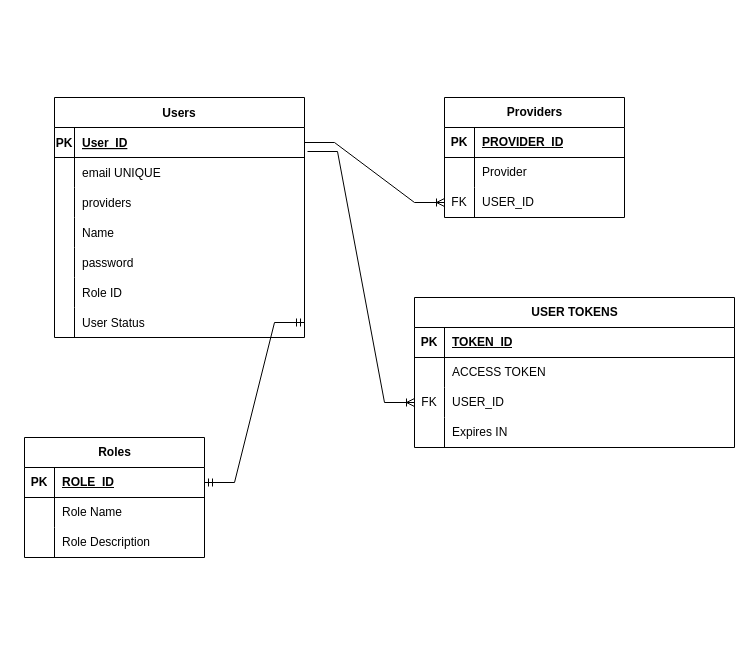
Above: xplorishy_user_mgmt.drawio in ryada36/my-solutions-diagram (draw.io), before the change. Source tidied: cells renumbered, new cells numbered last; positions are measured from the earlier drawing's top-left corner, leaving out a move shared by most shapes. Both pictures are drawn from the tidied source at 100%, with x=0, y=0 at pixel (24, 97).
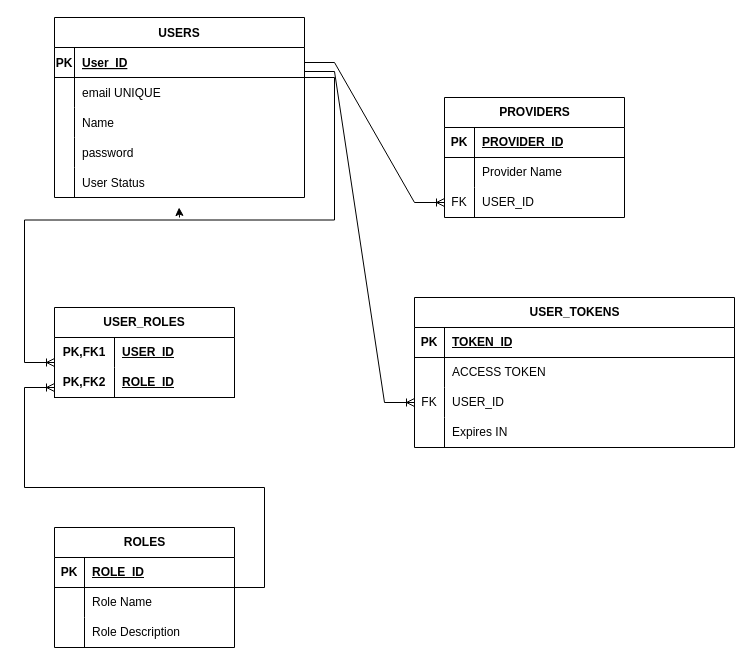
The same diagram, later.

Unchanged cells that the change refers to:
```xml
<mxCell id="3" style="shape=partialRectangle;fillColor=none;points=[[0,0.5],[1,0.5]];portConstraint=eastwest;top=0;left=0;right=0;bottom=1;" parent="2" vertex="1">
  <mxGeometry y="30" width="250" height="30" as="geometry" />
</mxCell>
<mxCell id="25" style="shape=tableRow;horizontal=0;startSize=0;swimlaneHead=0;swimlaneBody=0;fillColor=none;points=[[0,0.5],[1,0.5]];portConstraint=eastwest;top=0;left=0;right=0;bottom=1;" parent="24" vertex="1">
  <mxGeometry y="30" width="180" height="30" as="geometry" />
</mxCell>
<mxCell id="38" style="shape=tableRow;horizontal=0;startSize=0;swimlaneHead=0;swimlaneBody=0;fillColor=none;top=0;left=0;right=0;bottom=0;" parent="34" vertex="1">
  <mxGeometry y="60" width="180" height="30" as="geometry" />
</mxCell>
<mxCell id="53" style="shape=tableRow;horizontal=0;startSize=0;swimlaneHead=0;swimlaneBody=0;fillColor=none;points=[[0,0.5],[1,0.5]];portConstraint=eastwest;top=0;left=0;right=0;bottom=0;" parent="46" vertex="1">
  <mxGeometry y="90" width="320" height="30" as="geometry" />
</mxCell>
```

What changed in the source:
```diff
@@
+    <mxCell id="60" style="edgeStyle=orthogonalEdgeStyle;rounded=0;orthogonalLoop=1;jettySize=auto;html=1;" parent="1" edge="1">
+      <mxGeometry relative="1" as="geometry">
+        <mxPoint x="155" y="120" as="sourcePoint" />
+        <mxPoint x="154.6" y="110" as="targetPoint" />
+      </mxGeometry>
+    </mxCell>
-    <mxCell id="2" value="Users" style="shape=table;startSize=30;childLayout=tableLayout;rowLines=0;fontStyle=1;align=center;" parent="1" vertex="1">
-      <mxGeometry x="30" width="250" height="240" as="geometry" />
+    <mxCell id="2" value="USERS" style="shape=table;startSize=30;childLayout=tableLayout;rowLines=0;fontStyle=1;align=center;" parent="1" vertex="1">
+      <mxGeometry x="30" y="-80" width="250" height="180" as="geometry" />
     </mxCell>
@@
-    <mxCell id="9" style="shape=partialRectangle;fillColor=none;top=0;left=0;right=0;bottom=0;" parent="2" vertex="1">
-      <mxGeometry y="90" width="250" height="30" as="geometry" />
-    </mxCell>
-    <mxCell id="10" style="shape=partialRectangle;overflow=hidden;fillColor=none;top=0;left=0;bottom=0;right=0;" parent="9" vertex="1">
-      <mxGeometry width="20" height="30" as="geometry" />
-    </mxCell>
-    <mxCell id="11" value="providers" style="shape=partialRectangle;overflow=hidden;fillColor=none;top=0;left=0;bottom=0;right=0;align=left;spacingLeft=6;" parent="9" vertex="1">
-      <mxGeometry x="20" width="230" height="30" as="geometry" />
-    </mxCell>
     <mxCell id="12" style="shape=partialRectangle;fillColor=none;top=0;left=0;right=0;bottom=0;" parent="2" vertex="1">
-      <mxGeometry y="120" width="250" height="30" as="geometry" />
+      <mxGeometry y="90" width="250" height="30" as="geometry" />
     </mxCell>
@@
     <mxCell id="15" style="shape=partialRectangle;fillColor=none;top=0;left=0;right=0;bottom=0;" parent="2" vertex="1">
-      <mxGeometry y="150" width="250" height="30" as="geometry" />
+      <mxGeometry y="120" width="250" height="30" as="geometry" />
     </mxCell>
@@
-    <mxCell id="18" style="shape=partialRectangle;fillColor=none;top=0;left=0;right=0;bottom=0;" parent="2" vertex="1">
-      <mxGeometry y="180" width="250" height="30" as="geometry" />
-    </mxCell>
-    <mxCell id="19" style="shape=partialRectangle;overflow=hidden;fillColor=none;top=0;left=0;bottom=0;right=0;" parent="18" vertex="1">
-      <mxGeometry width="20" height="30" as="geometry" />
-    </mxCell>
-    <mxCell id="20" value="Role ID" style="shape=partialRectangle;overflow=hidden;fillColor=none;top=0;left=0;bottom=0;right=0;align=left;spacingLeft=6;" parent="18" vertex="1">
-      <mxGeometry x="20" width="230" height="30" as="geometry" />
-    </mxCell>
     <mxCell id="21" style="shape=partialRectangle;fillColor=none;points=[[0,0.5],[1,0.5]];portConstraint=eastwest;top=0;left=0;right=0;bottom=0;" parent="2" vertex="1">
-      <mxGeometry y="210" width="250" height="30" as="geometry" />
+      <mxGeometry y="150" width="250" height="30" as="geometry" />
     </mxCell>
@@
-    <mxCell id="24" value="Roles" style="shape=table;startSize=30;childLayout=tableLayout;rowLines=0;fontStyle=1;align=center;html=1;" parent="1" vertex="1">
-      <mxGeometry y="340" width="180" height="120" as="geometry" />
+    <mxCell id="24" value="ROLES" style="shape=table;startSize=30;childLayout=tableLayout;rowLines=0;fontStyle=1;align=center;html=1;" parent="1" vertex="1">
+      <mxGeometry x="30" y="430" width="180" height="120" as="geometry" />
     </mxCell>
@@
-    <mxCell id="34" value="Providers" style="shape=table;startSize=30;childLayout=tableLayout;rowLines=0;fontStyle=1;align=center;html=1;" parent="1" vertex="1">
+    <mxCell id="34" value="PROVIDERS" style="shape=table;startSize=30;childLayout=tableLayout;rowLines=0;fontStyle=1;align=center;html=1;" parent="1" vertex="1">
       <mxGeometry x="420" width="180" height="120" as="geometry" />
     </mxCell>
@@
-    <mxCell id="40" value="Provider" style="shape=partialRectangle;fillColor=none;top=0;left=0;bottom=0;right=0;align=left;spacingLeft=6;overflow=hidden;whiteSpace=wrap;html=1;" parent="38" vertex="1">
+    <mxCell id="40" value="Provider Name" style="shape=partialRectangle;fillColor=none;top=0;left=0;bottom=0;right=0;align=left;spacingLeft=6;overflow=hidden;whiteSpace=wrap;html=1;" parent="38" vertex="1">
       <mxGeometry x="30" width="150" height="30" as="geometry" />
     </mxCell>
@@
-    <mxCell id="45" style="edgeStyle=entityRelationEdgeStyle;fontSize=12;html=1;endArrow=ERmandOne;startArrow=ERmandOne;rounded=0;exitX=1;exitY=0.5;exitDx=0;exitDy=0;entryX=1;entryY=0.5;entryDx=0;entryDy=0;" parent="1" edge="1" source="21" target="25">
-      <mxGeometry relative="1" as="geometry" />
-    </mxCell>
-    <mxCell id="46" value="USER TOKENS" style="shape=table;startSize=30;childLayout=tableLayout;rowLines=0;fontStyle=1;align=center;html=1;" parent="1" vertex="1">
+    <mxCell id="46" value="USER_TOKENS" style="shape=table;startSize=30;childLayout=tableLayout;rowLines=0;fontStyle=1;align=center;html=1;" parent="1" vertex="1">
       <mxGeometry x="390" y="200" width="320" height="150" as="geometry" />
     </mxCell>
@@
-    <mxCell id="59" style="edgeStyle=entityRelationEdgeStyle;fontSize=12;html=1;endArrow=ERoneToMany;rounded=0;entryX=0;entryY=0.5;entryDx=0;entryDy=0;exitX=1.012;exitY=0.8;exitDx=0;exitDy=0;exitPerimeter=0;" parent="1" edge="1" source="3" target="53">
-      <mxGeometry relative="1" as="geometry" />
+    <mxCell id="59" style="edgeStyle=entityRelationEdgeStyle;fontSize=12;html=1;endArrow=ERoneToMany;rounded=0;entryX=0;entryY=0.5;entryDx=0;entryDy=0;" parent="1" edge="1" target="53">
+      <mxGeometry relative="1" as="geometry">
+        <mxPoint x="280" y="-26" as="sourcePoint" />
+      </mxGeometry>
     </mxCell>
+    <mxCell id="61" value="USER_ROLES" style="shape=table;startSize=30;childLayout=tableLayout;rowLines=0;fontStyle=1;align=center;html=1;whiteSpace=wrap;" parent="1" vertex="1">
+      <mxGeometry x="30" y="210" width="180" height="90" as="geometry" />
+    </mxCell>
+    <mxCell id="62" style="shape=tableRow;horizontal=0;startSize=0;swimlaneHead=0;swimlaneBody=0;fillColor=none;top=0;left=0;right=0;bottom=0;html=1;" parent="61" vertex="1">
+      <mxGeometry y="30" width="180" height="30" as="geometry" />
+    </mxCell>
+    <mxCell id="63" value="PK,FK1" style="shape=partialRectangle;fillColor=none;top=0;left=0;bottom=0;right=0;fontStyle=1;overflow=hidden;html=1;whiteSpace=wrap;" parent="62" vertex="1">
+      <mxGeometry width="60" height="30" as="geometry" />
+    </mxCell>
+    <mxCell id="64" value="USER_ID" style="shape=partialRectangle;fillColor=none;top=0;left=0;bottom=0;right=0;align=left;spacingLeft=6;fontStyle=5;overflow=hidden;html=1;whiteSpace=wrap;" parent="62" vertex="1">
+      <mxGeometry x="60" width="120" height="30" as="geometry" />
+    </mxCell>
+    <mxCell id="65" style="shape=tableRow;horizontal=0;startSize=0;swimlaneHead=0;swimlaneBody=0;fillColor=none;top=0;left=0;right=0;bottom=1;html=1;" parent="61" vertex="1">
+      <mxGeometry y="60" width="180" height="30" as="geometry" />
+    </mxCell>
+    <mxCell id="66" value="PK,FK2" style="shape=partialRectangle;fillColor=none;top=0;left=0;bottom=0;right=0;fontStyle=1;overflow=hidden;html=1;whiteSpace=wrap;" parent="65" vertex="1">
+      <mxGeometry width="60" height="30" as="geometry" />
+    </mxCell>
+    <mxCell id="67" value="ROLE_ID" style="shape=partialRectangle;fillColor=none;top=0;left=0;bottom=0;right=0;align=left;spacingLeft=6;fontStyle=5;overflow=hidden;html=1;whiteSpace=wrap;" parent="65" vertex="1">
+      <mxGeometry x="60" width="120" height="30" as="geometry" />
+    </mxCell>
+    <mxCell id="68" style="edgeStyle=entityRelationEdgeStyle;fontSize=12;html=1;endArrow=ERoneToMany;rounded=0;" parent="1" edge="1" source="24">
+      <mxGeometry relative="1" as="geometry">
+        <mxPoint x="30" y="290" as="targetPoint" />
+      </mxGeometry>
+    </mxCell>
+    <mxCell id="69" style="edgeStyle=entityRelationEdgeStyle;fontSize=12;html=1;endArrow=ERoneToMany;rounded=0;exitX=1;exitY=0.5;exitDx=0;exitDy=0;" parent="1" edge="1">
+      <mxGeometry relative="1" as="geometry">
+        <mxPoint x="280" y="-20" as="sourcePoint" />
+        <mxPoint x="30" y="265" as="targetPoint" />
+      </mxGeometry>
+    </mxCell>
```
